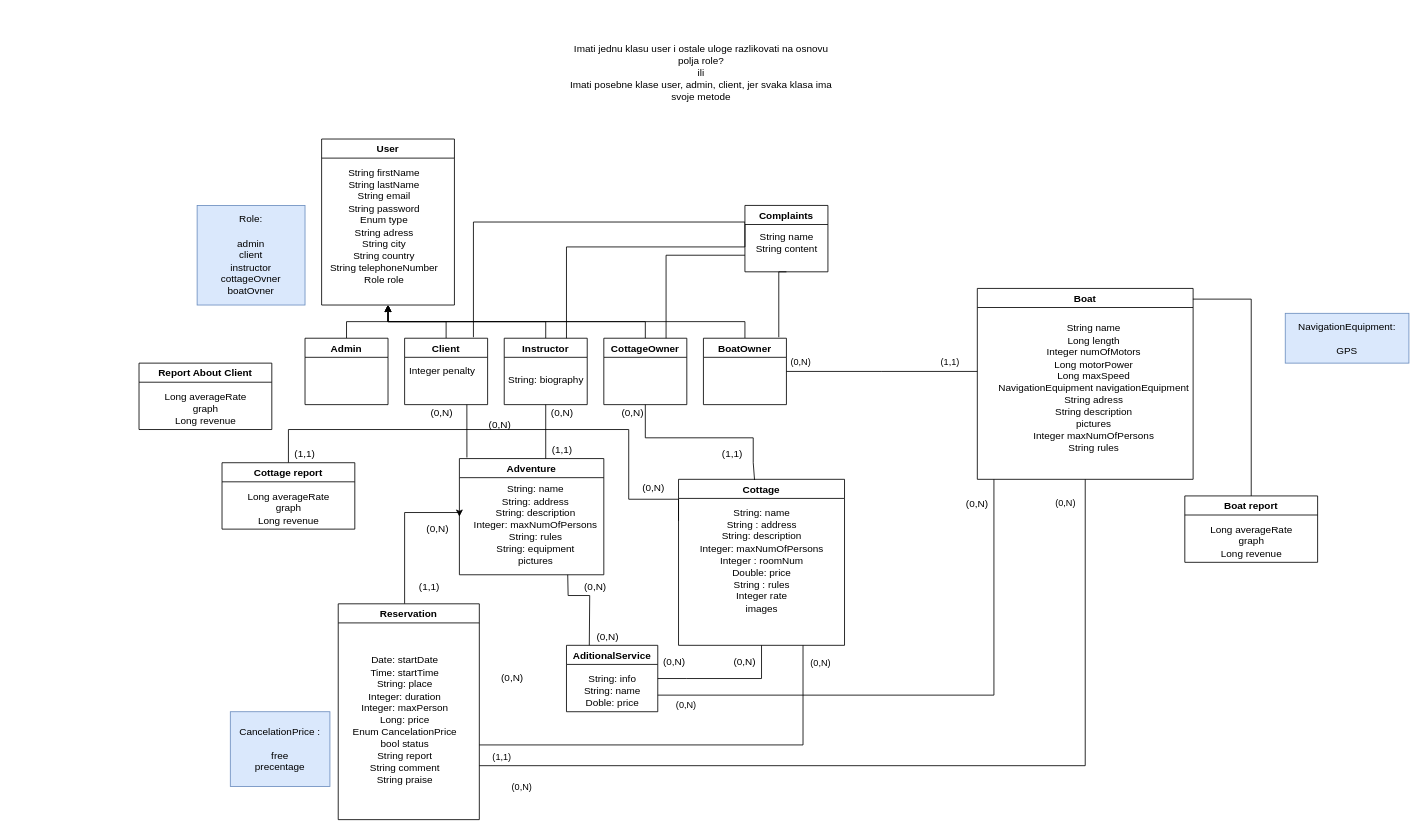
Above: class_diagram.drawio in unpano/booking-app (draw.io), before the change. Source tidied: cells renumbered, new cells numbered last; positions are measured from the earlier drawing's top-left corner, leaving out a move shared by most shapes. Both pictures are drawn from the tidied source at 83%, with x=0, y=0 at pixel (139, 14).
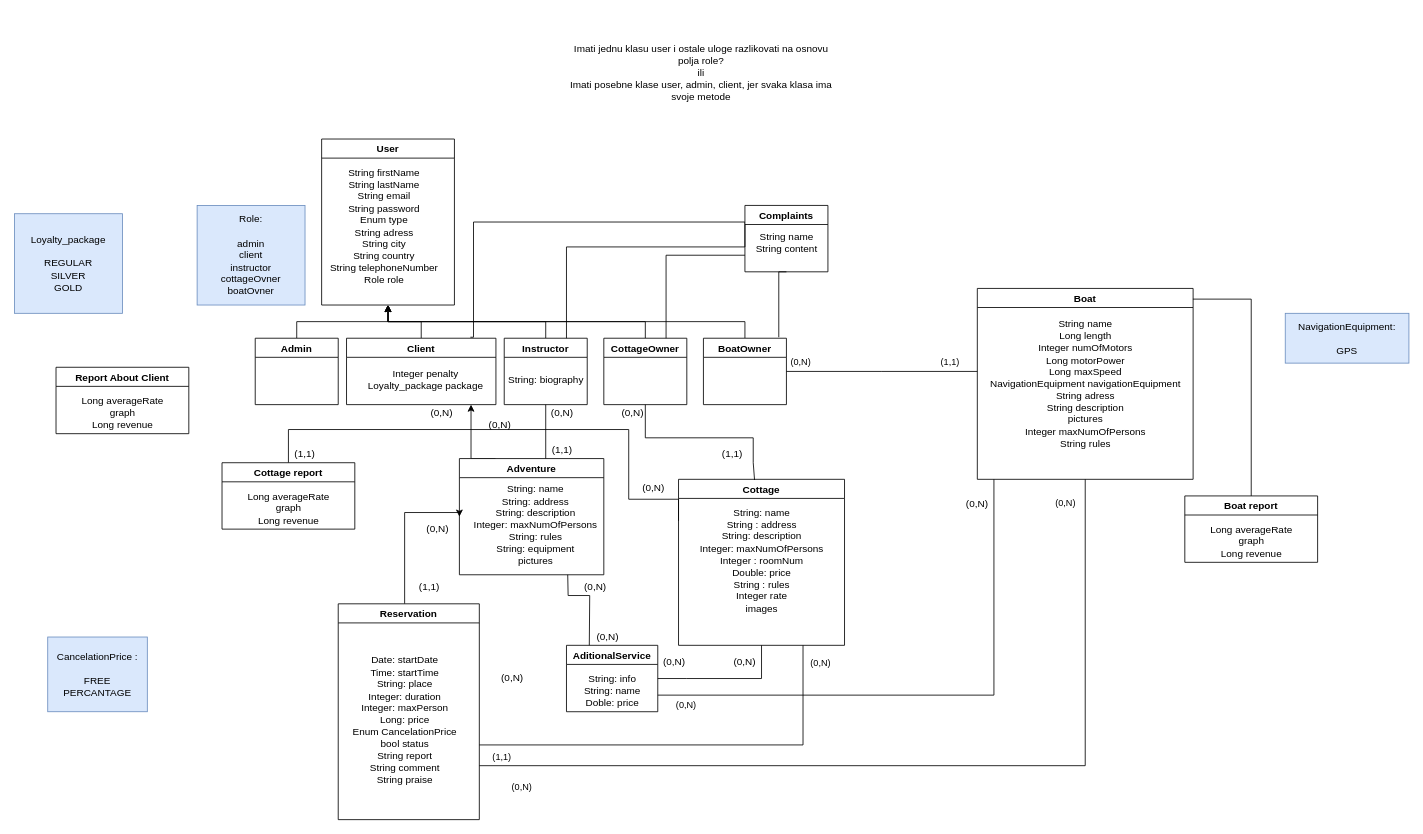
The same page after the edit.

Unchanged cells that the change refers to:
```xml
<mxCell id="17" value="Boat" style="swimlane;" parent="1" vertex="1">
  <mxGeometry x="1010" y="330" width="260" height="230" as="geometry" />
</mxCell>
<mxCell id="19" value="Adventure" style="swimlane;" parent="1" vertex="1">
  <mxGeometry x="386" y="535" width="174" height="140" as="geometry" />
</mxCell>
```

What changed in the source:
```diff
@@
     <mxCell id="5" value="Admin" style="swimlane;" parent="1" vertex="1">
-      <mxGeometry x="200" y="390" width="100" height="80" as="geometry" />
+      <mxGeometry x="140" y="390" width="100" height="80" as="geometry" />
     </mxCell>
-    <mxCell id="6" style="edgeStyle=orthogonalEdgeStyle;rounded=0;jettySize=auto;html=1;exitX=0.75;exitY=1;exitDx=0;exitDy=0;entryX=0.052;entryY=-0.009;entryDx=0;entryDy=0;entryPerimeter=0;fontColor=#000000;endArrow=none;endFill=0;" parent="1" edge="1" source="8" target="19">
-      <mxGeometry relative="1" as="geometry" />
-    </mxCell>
@@
     <mxCell id="8" value="Client" style="swimlane;" parent="1" vertex="1">
-      <mxGeometry x="320" y="390" width="100" height="80" as="geometry" />
+      <mxGeometry x="250" y="390" width="180" height="80" as="geometry" />
     </mxCell>
-    <mxCell id="9" value="Integer penalty" style="text;html=1;align=center;verticalAlign=middle;strokeColor=none;fillColor=none;fontColor=#000000;" parent="8" vertex="1">
-      <mxGeometry y="30" width="90" height="20" as="geometry" />
+    <mxCell id="9" value="Integer penalty&lt;br&gt;Loyalty_package package" style="text;html=1;align=center;verticalAlign=middle;strokeColor=none;fillColor=none;fontColor=#000000;" parent="8" vertex="1">
+      <mxGeometry x="20" y="35" width="150" height="30" as="geometry" />
     </mxCell>
@@
     <mxCell id="18" value="String name&lt;br&gt;Long length&lt;br&gt;Integer numOfMotors&lt;br&gt;Long motorPower&lt;br&gt;Long maxSpeed&lt;br&gt;NavigationEquipment navigationEquipment&lt;br&gt;String adress&lt;br&gt;String description&lt;br&gt;pictures&lt;br&gt;Integer maxNumOfPersons&lt;br&gt;String rules" style="text;html=1;align=center;verticalAlign=middle;strokeColor=none;fillColor=none;fontColor=#000000;" parent="17" vertex="1">
-      <mxGeometry x="20" y="40" width="240" height="160" as="geometry" />
+      <mxGeometry x="10" y="35" width="240" height="160" as="geometry" />
     </mxCell>
+    <mxCell id="77" style="edgeStyle=orthogonalEdgeStyle;rounded=0;jettySize=auto;html=1;exitX=0.25;exitY=0;exitDx=0;exitDy=0;" parent="1" edge="1" source="19">
+      <mxGeometry relative="1" as="geometry">
+        <mxPoint x="400" y="470" as="targetPoint" />
+        <Array as="points">
+          <mxPoint x="400" y="535" />
+        </Array>
+      </mxGeometry>
+    </mxCell>
@@
-    <mxCell id="48" value="CancelationPrice :&lt;br&gt;&amp;nbsp;&lt;br&gt;free&lt;br&gt;precentage" style="rounded=0;whiteSpace=wrap;html=1;fillColor=#dae8fc;strokeColor=#6c8ebf;" parent="1" vertex="1">
-      <mxGeometry x="110" y="840" width="120" height="90" as="geometry" />
+    <mxCell id="48" value="CancelationPrice :&lt;br&gt;&amp;nbsp;&lt;br&gt;FREE&lt;br&gt;PERCANTAGE" style="rounded=0;whiteSpace=wrap;html=1;fillColor=#dae8fc;strokeColor=#6c8ebf;" parent="1" vertex="1">
+      <mxGeometry x="-110" y="750" width="120" height="90" as="geometry" />
     </mxCell>
@@
     <mxCell id="52" value="Report About Client" style="swimlane;" parent="1" vertex="1">
-      <mxGeometry y="420" width="160" height="80" as="geometry" />
+      <mxGeometry x="-100" y="425" width="160" height="80" as="geometry" />
     </mxCell>
@@
+    <mxCell id="78" value="Loyalty_package&lt;br&gt;&lt;br&gt;REGULAR&lt;br&gt;SILVER&lt;br&gt;GOLD" style="rounded=0;whiteSpace=wrap;html=1;fillColor=#dae8fc;strokeColor=#6c8ebf;" parent="1" vertex="1">
+      <mxGeometry x="-150" y="240" width="130" height="120" as="geometry" />
+    </mxCell>
```
